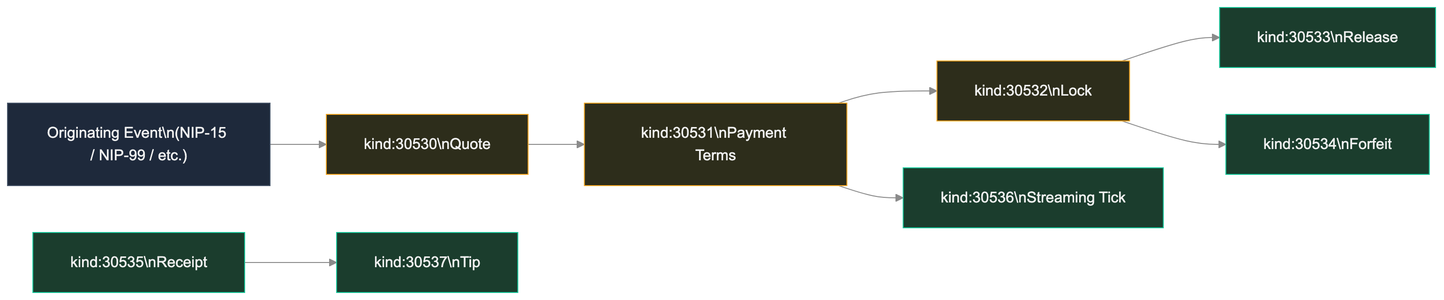
Above: images/escrow-5-event-references.png in forgesworn/nip-drafts (Mermaid), before the change. Its source is kept beside it as images/escrow-5-event-references.mmd.
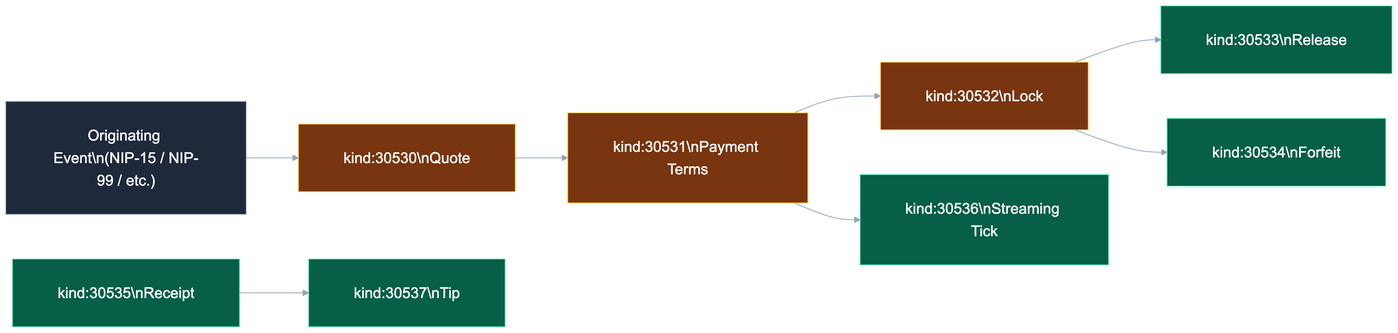
Above is the later version.

Diff of the diagram source:
```diff
@@ -15,11 +15,11 @@
     T --> Tick
     Rcpt --> Tip
 
-    style Q fill:#2d2d1b,stroke:#f5a623,color:#f0f0f0
-    style T fill:#2d2d1b,stroke:#f5a623,color:#f0f0f0
-    style L fill:#2d2d1b,stroke:#f5a623,color:#f0f0f0
-    style R fill:#1b3d2d,stroke:#16c79a,color:#f0f0f0
-    style F fill:#1b3d2d,stroke:#16c79a,color:#f0f0f0
-    style Rcpt fill:#1b3d2d,stroke:#16c79a,color:#f0f0f0
-    style Tick fill:#1b3d2d,stroke:#16c79a,color:#f0f0f0
-    style Tip fill:#1b3d2d,stroke:#16c79a,color:#f0f0f0
+    style Q fill:#78350f,stroke:#fbbf24,color:#ffffff
+    style T fill:#78350f,stroke:#fbbf24,color:#ffffff
+    style L fill:#78350f,stroke:#fbbf24,color:#ffffff
+    style R fill:#065f46,stroke:#34d399,color:#ffffff
+    style F fill:#065f46,stroke:#34d399,color:#ffffff
+    style Rcpt fill:#065f46,stroke:#34d399,color:#ffffff
+    style Tick fill:#065f46,stroke:#34d399,color:#ffffff
+    style Tip fill:#065f46,stroke:#34d399,color:#ffffff
```
